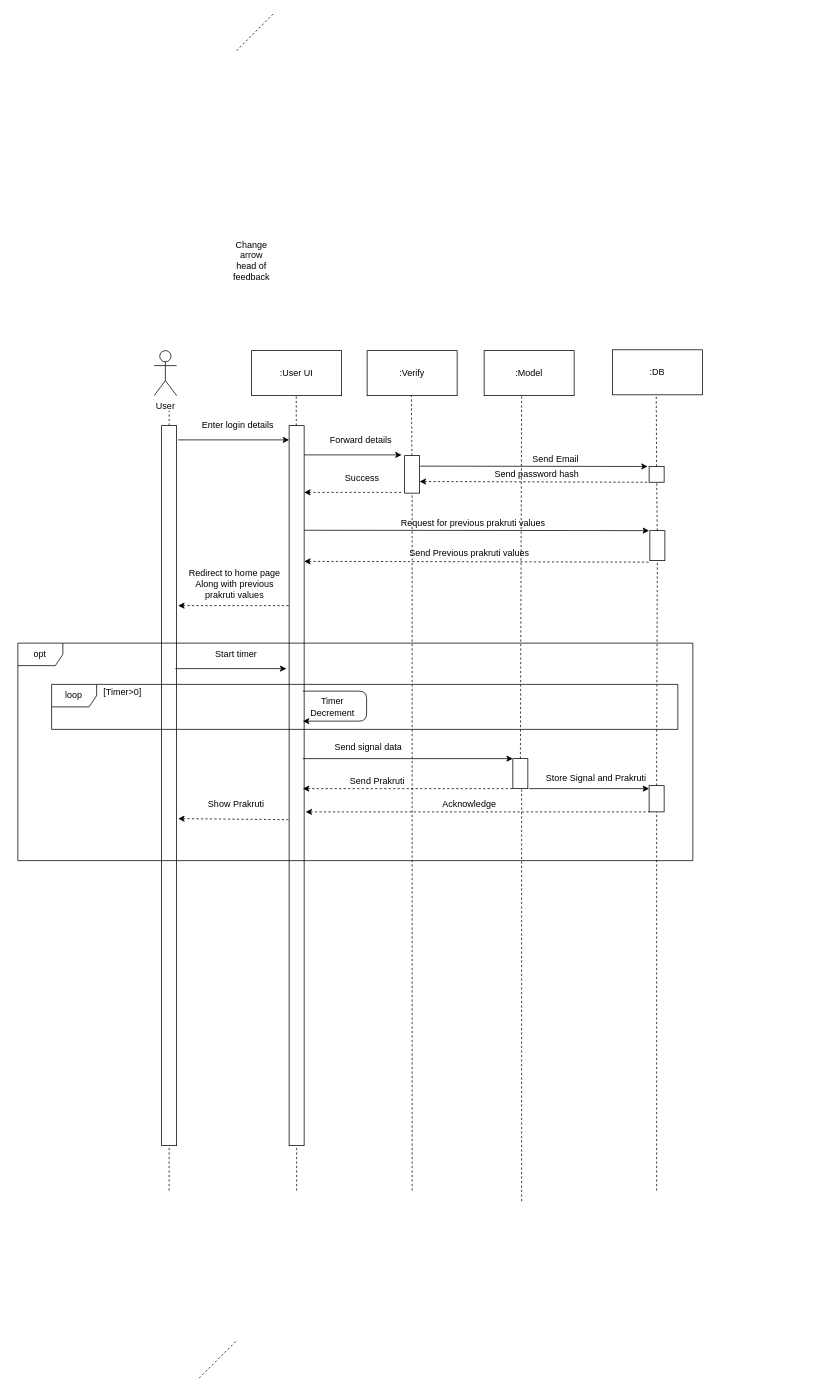
Earlier version of the draw.io diagram page "Sequence" (5 of 8) of nadi.drawio (MohitBurkule/nadi). Source tidied: cells renumbered, new cells numbered last; positions are measured from the earlier drawing's top-left corner, leaving out a move shared by most shapes. Both pictures are drawn from the tidied source at 75%, with x=0, y=0 at pixel (17, 13).
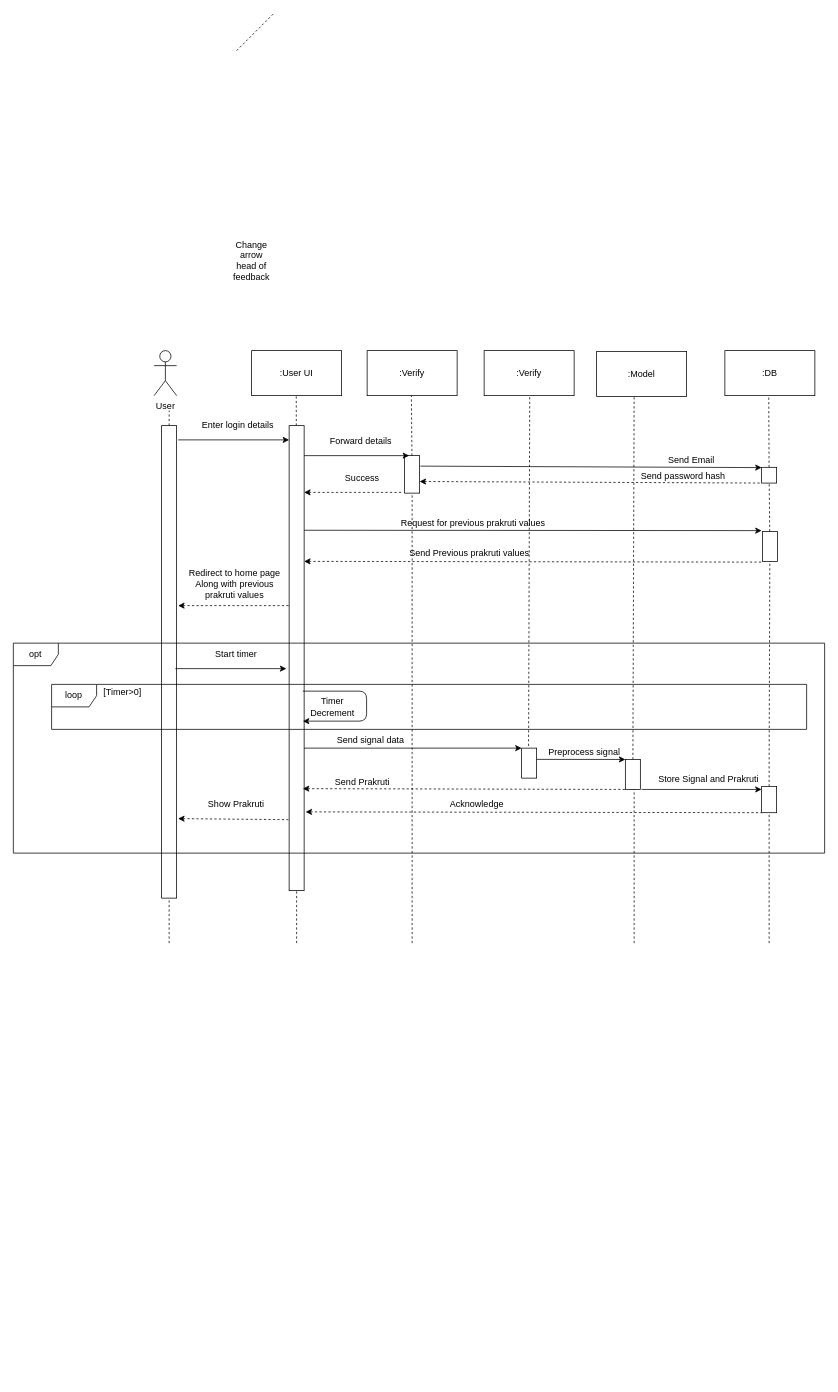
The same page after the edit.

The change refers to these unchanged cells:
```xml
<mxCell id="15" style="rounded=0;whiteSpace=wrap;html=1;fontSize=12;" parent="1" vertex="1">
  <mxGeometry x="516" y="590" width="20" height="50" as="geometry" />
</mxCell>
```

Change to the diagram source:
```diff
@@
     <mxCell id="5" value="&lt;font style=&quot;font-size: 12px&quot;&gt;:Model&lt;/font&gt;" style="rounded=0;whiteSpace=wrap;html=1;fontSize=5;" parent="1" vertex="1">
-      <mxGeometry x="622" y="450" width="120" height="60" as="geometry" />
+      <mxGeometry x="772" y="451.1" width="120" height="60" as="geometry" />
     </mxCell>
     <mxCell id="6" value=":DB" style="rounded=0;whiteSpace=wrap;html=1;fontSize=12;" parent="1" vertex="1">
-      <mxGeometry x="793" y="448.9" width="120" height="60" as="geometry" />
+      <mxGeometry x="943" y="450" width="120" height="60" as="geometry" />
     </mxCell>
     <mxCell id="7" style="endArrow=none;dashed=1;html=1;strokeColor=#000000;fillColor=#ffffff;fontSize=12;" parent="1" edge="1">
       <mxGeometry relative="1" as="geometry">
-        <mxPoint x="202" y="1570" as="sourcePoint" />
+        <mxPoint x="202" y="1240" as="sourcePoint" />
         <mxPoint x="202" y="530" as="targetPoint" />
       </mxGeometry>
     </mxCell>
@@
     <mxCell id="10" style="endArrow=none;dashed=1;html=1;strokeColor=#000000;fillColor=#ffffff;fontSize=12;" parent="1" edge="1" source="31">
       <mxGeometry relative="1" as="geometry">
-        <mxPoint x="672" y="510" as="targetPoint" />
+        <mxPoint x="822" y="511.1" as="targetPoint" />
       </mxGeometry>
     </mxCell>
     <mxCell id="11" style="endArrow=none;dashed=1;html=1;strokeColor=#000000;fillColor=#ffffff;fontSize=12;" parent="1" edge="1" source="43">
       <mxGeometry relative="1" as="geometry">
-        <mxPoint x="851.5" y="508.9" as="targetPoint" />
+        <mxPoint x="1001.5" y="510" as="targetPoint" />
       </mxGeometry>
     </mxCell>
     <mxCell id="12" style="rounded=0;whiteSpace=wrap;html=1;fontSize=12;" parent="1" vertex="1">
-      <mxGeometry x="192" y="550" width="20" height="960" as="geometry" />
+      <mxGeometry x="192" y="550" width="20" height="630" as="geometry" />
     </mxCell>
     <mxCell id="13" style="rounded=0;whiteSpace=wrap;html=1;fontSize=12;" parent="1" vertex="1">
-      <mxGeometry x="362" y="550" width="20" height="960" as="geometry" />
+      <mxGeometry x="362" y="550" width="20" height="620" as="geometry" />
     </mxCell>
     <mxCell id="14" style="endArrow=none;dashed=1;html=1;strokeColor=#000000;fillColor=#ffffff;fontSize=12;" parent="1" edge="1" target="13">
       <mxGeometry relative="1" as="geometry">
-        <mxPoint x="372" y="1570" as="sourcePoint" />
+        <mxPoint x="372" y="1240" as="sourcePoint" />
       </mxGeometry>
     </mxCell>
@@
     <mxCell id="16" style="endArrow=none;dashed=1;html=1;strokeColor=#000000;fillColor=#ffffff;fontSize=12;" parent="1" edge="1" target="15">
       <mxGeometry relative="1" as="geometry">
-        <mxPoint x="526" y="1570" as="sourcePoint" />
+        <mxPoint x="526" y="1240" as="sourcePoint" />
       </mxGeometry>
     </mxCell>
@@
     <mxCell id="20" style="group;" parent="1" vertex="1">
-      <mxGeometry x="382" y="560" width="136.6" height="29" as="geometry" />
+      <mxGeometry x="382" y="561" width="136.6" height="29" as="geometry" />
     </mxCell>
-    <mxCell id="21" style="endArrow=classic;html=1;strokeColor=#000000;fillColor=#ffffff;fontSize=12;" parent="20" edge="1">
+    <mxCell id="21" style="endArrow=classic;html=1;strokeColor=#000000;fillColor=#ffffff;fontSize=12;entryX=0.3;entryY=0;entryDx=0;entryDy=0;entryPerimeter=0;" parent="20" edge="1" target="15">
       <mxGeometry relative="1" as="geometry">
         <mxPoint y="29" as="sourcePoint" />
-        <mxPoint x="130" y="29" as="targetPoint" />
       </mxGeometry>
     </mxCell>
@@
     <mxCell id="31" style="rounded=0;whiteSpace=wrap;html=1;fontSize=12;" parent="1" vertex="1">
-      <mxGeometry x="660.3" y="994" width="20" height="40" as="geometry" />
+      <mxGeometry x="810.3" y="995.1" width="20" height="40" as="geometry" />
     </mxCell>
     <mxCell id="32" style="endArrow=none;dashed=1;html=1;strokeColor=#000000;fillColor=#ffffff;fontSize=12;" parent="1" edge="1" source="59">
       <mxGeometry relative="1" as="geometry">
-        <mxPoint x="852" y="1000" as="targetPoint" />
+        <mxPoint x="1002" y="1001.1" as="targetPoint" />
       </mxGeometry>
     </mxCell>
@@
-    <mxCell id="34" style="endArrow=none;dashed=1;html=1;" parent="1" edge="1">
-      <mxGeometry relative="1" as="geometry">
-        <mxPoint x="242" y="1820" as="sourcePoint" />
-        <mxPoint x="292" y="1770" as="targetPoint" />
-      </mxGeometry>
-    </mxCell>
-    <mxCell id="35" style="endArrow=classic;html=1;strokeColor=#000000;fillColor=#ffffff;fontSize=12;entryX=-0.096;entryY=-0.001;entryDx=0;entryDy=0;entryPerimeter=0;" parent="1" edge="1" target="43">
+    <mxCell id="35" style="endArrow=classic;html=1;strokeColor=#000000;fillColor=#ffffff;fontSize=12;entryX=0;entryY=0.018;entryDx=0;entryDy=0;entryPerimeter=0;" parent="1" edge="1" target="43">
       <mxGeometry x="1055" y="285" as="geometry">
         <mxPoint x="537" y="604" as="sourcePoint" />
       </mxGeometry>
     </mxCell>
     <mxCell id="36" value="Send Email" style="text;html=1;align=center;verticalAlign=middle;fontSize=12;" parent="1" vertex="1" collapsed="1">
-      <mxGeometry x="672" y="584.5" width="90" height="20" as="geometry" />
+      <mxGeometry x="853" y="585.6" width="90" height="20" as="geometry" />
     </mxCell>
@@
     <mxCell id="38" style="endArrow=none;dashed=1;html=1;strokeColor=#000000;fillColor=#ffffff;fontSize=12;" parent="1" edge="1">
       <mxGeometry relative="1" as="geometry">
-        <mxPoint x="672" y="1584" as="sourcePoint" />
-        <mxPoint x="672" y="1034" as="targetPoint" />
+        <mxPoint x="822" y="1240" as="sourcePoint" />
+        <mxPoint x="822" y="1035.1" as="targetPoint" />
       </mxGeometry>
     </mxCell>
@@
     <mxCell id="43" style="rounded=0;whiteSpace=wrap;html=1;fontSize=12;" parent="1" vertex="1">
-      <mxGeometry x="842" y="604.5" width="20" height="21" as="geometry" />
+      <mxGeometry x="992" y="605.6" width="20" height="21" as="geometry" />
     </mxCell>
@@
     <mxCell id="45" value="Send password hash" style="text;html=1;align=center;verticalAlign=middle;fontSize=12;" parent="1" vertex="1">
-      <mxGeometry x="627" y="604.5" width="130" height="20" as="geometry" />
+      <mxGeometry x="822" y="606.6" width="130" height="20" as="geometry" />
     </mxCell>
@@
     <mxCell id="47" style="endArrow=classic;html=1;strokeColor=#000000;fillColor=#ffffff;fontSize=12;" parent="1" edge="1">
       <mxGeometry x="900" y="370.5" as="geometry">
         <mxPoint x="382" y="689.5" as="sourcePoint" />
-        <mxPoint x="842" y="690" as="targetPoint" />
+        <mxPoint x="992" y="690" as="targetPoint" />
       </mxGeometry>
     </mxCell>
@@
     <mxCell id="49" style="rounded=0;whiteSpace=wrap;html=1;fontSize=12;" parent="1" vertex="1">
-      <mxGeometry x="843" y="690" width="20" height="40" as="geometry" />
+      <mxGeometry x="993" y="691.1" width="20" height="40" as="geometry" />
     </mxCell>
     <mxCell id="50" style="endArrow=none;dashed=1;html=1;strokeColor=#000000;fillColor=#ffffff;fontSize=12;" parent="1" edge="1" target="49">
       <mxGeometry relative="1" as="geometry">
-        <mxPoint x="852" y="1000" as="sourcePoint" />
+        <mxPoint x="1002" y="1001.1" as="sourcePoint" />
       </mxGeometry>
     </mxCell>
     <mxCell id="51" style="endArrow=none;html=1;strokeColor=#000000;fillColor=#ffffff;fontSize=12;startArrow=classic;startFill=1;endFill=0;dashed=1;jumpSize=4;" parent="1" edge="1">
       <mxGeometry x="897" y="412" as="geometry">
         <mxPoint x="382" y="731" as="sourcePoint" />
-        <mxPoint x="842" y="732" as="targetPoint" />
+        <mxPoint x="992" y="732" as="targetPoint" />
       </mxGeometry>
     </mxCell>
@@
-    <mxCell id="55" style="endArrow=none;html=1;strokeColor=#000000;fillColor=#ffffff;fontSize=12;startArrow=classic;startFill=1;endFill=0;dashed=1;jumpSize=4;" parent="1" edge="1">
-      <mxGeometry x="268.3" y="715" as="geometry">
-        <mxPoint x="380.3" y="1034" as="sourcePoint" />
-        <mxPoint x="660.3" y="1034" as="targetPoint" />
-      </mxGeometry>
-    </mxCell>
     <mxCell id="56" value="Send Prakruti&amp;nbsp;" style="text;html=1;align=center;verticalAlign=middle;fontSize=12;" parent="1" vertex="1" collapsed="1">
-      <mxGeometry x="426" y="1014" width="110" height="20" as="geometry" />
+      <mxGeometry x="406" y="1015.1" width="110" height="20" as="geometry" />
     </mxCell>
-    <mxCell id="57" style="endArrow=classic;html=1;strokeColor=#000000;fillColor=#ffffff;fontSize=12;" parent="1" edge="1">
-      <mxGeometry x="268.3" y="675" as="geometry">
-        <mxPoint x="380.3" y="994" as="sourcePoint" />
-        <mxPoint x="660.3" y="994" as="targetPoint" />
+    <mxCell id="57" style="endArrow=classic;html=1;strokeColor=#000000;fillColor=#ffffff;fontSize=12;entryX=0;entryY=0;entryDx=0;entryDy=0;" parent="1" edge="1" target="69">
+      <mxGeometry x="270" y="661" as="geometry">
+        <mxPoint x="382" y="980" as="sourcePoint" />
       </mxGeometry>
     </mxCell>
     <mxCell id="58" value="Send signal data&amp;nbsp;" style="text;html=1;align=center;verticalAlign=middle;fontSize=12;" parent="1" vertex="1" collapsed="1">
-      <mxGeometry x="403.6" y="969" width="130" height="20" as="geometry" />
+      <mxGeometry x="407" y="960" width="130" height="20" as="geometry" />
     </mxCell>
     <mxCell id="59" style="rounded=0;whiteSpace=wrap;html=1;fontSize=12;" parent="1" vertex="1">
-      <mxGeometry x="842" y="1030" width="20" height="35" as="geometry" />
+      <mxGeometry x="992" y="1031.1" width="20" height="35" as="geometry" />
     </mxCell>
     <mxCell id="60" style="endArrow=none;dashed=1;html=1;strokeColor=#000000;fillColor=#ffffff;fontSize=12;" parent="1" edge="1" target="59">
       <mxGeometry relative="1" as="geometry">
-        <mxPoint x="852" y="1570" as="sourcePoint" />
+        <mxPoint x="1002" y="1240" as="sourcePoint" />
       </mxGeometry>
     </mxCell>
     <mxCell id="61" style="endArrow=classic;html=1;strokeColor=#000000;fillColor=#ffffff;fontSize=12;" parent="1" edge="1">
-      <mxGeometry x="508.3" y="715" as="geometry">
-        <mxPoint x="682" y="1034" as="sourcePoint" />
-        <mxPoint x="842" y="1034" as="targetPoint" />
+      <mxGeometry x="658.3" y="716.1" as="geometry">
+        <mxPoint x="832" y="1035.1" as="sourcePoint" />
+        <mxPoint x="992" y="1035.1" as="targetPoint" />
       </mxGeometry>
     </mxCell>
-    <mxCell id="62" style="endArrow=none;html=1;strokeColor=#000000;fillColor=#ffffff;fontSize=12;startArrow=classic;startFill=1;endFill=0;dashed=1;jumpSize=4;" parent="1" edge="1">
+    <mxCell id="62" style="endArrow=none;html=1;strokeColor=#000000;fillColor=#ffffff;fontSize=12;startArrow=classic;startFill=1;endFill=0;dashed=1;jumpSize=4;entryX=0;entryY=1;entryDx=0;entryDy=0;" parent="1" edge="1" target="59">
       <mxGeometry x="568.3" y="746.2" as="geometry">
         <mxPoint x="384" y="1065" as="sourcePoint" />
-        <mxPoint x="842" y="1065" as="targetPoint" />
       </mxGeometry>
     </mxCell>
     <mxCell id="63" value="Acknowledge" style="text;html=1;align=center;verticalAlign=middle;fontSize=12;" parent="1" vertex="1" collapsed="1">
-      <mxGeometry x="552" y="1045" width="100" height="20" as="geometry" />
+      <mxGeometry x="562" y="1045" width="100" height="20" as="geometry" />
     </mxCell>
     <mxCell id="64" value="Store Signal and Prakruti" style="text;html=1;align=center;verticalAlign=middle;fontSize=12;" parent="1" vertex="1" collapsed="1">
-      <mxGeometry x="686" y="1010" width="170" height="20" as="geometry" />
+      <mxGeometry x="836" y="1011.1" width="170" height="20" as="geometry" />
     </mxCell>
     <mxCell id="65" value="loop" style="shape=umlFrame;whiteSpace=wrap;html=1;" parent="1" vertex="1">
-      <mxGeometry x="45.3" y="895" width="835" height="60" as="geometry" />
+      <mxGeometry x="45.3" y="895" width="1006.7" height="60" as="geometry" />
     </mxCell>
     <mxCell id="66" value="opt" style="shape=umlFrame;whiteSpace=wrap;html=1;" parent="1" vertex="1">
-      <mxGeometry x="0.3" y="840" width="900" height="290" as="geometry" />
+      <mxGeometry x="-5.7" y="840" width="1081.7" height="280" as="geometry" />
     </mxCell>
+    <mxCell id="67" value="&lt;font style=&quot;font-size: 12px&quot;&gt;:Verify&lt;/font&gt;" style="rounded=0;whiteSpace=wrap;html=1;fontSize=5;" parent="1" vertex="1">
+      <mxGeometry x="622" y="450" width="120" height="60" as="geometry" />
+    </mxCell>
+    <mxCell id="68" style="endArrow=none;dashed=1;html=1;strokeColor=#000000;fillColor=#ffffff;fontSize=12;" parent="1" edge="1">
+      <mxGeometry relative="1" as="geometry">
+        <mxPoint x="681.2" y="995.1" as="sourcePoint" />
+        <mxPoint x="682.8" y="511.1" as="targetPoint" />
+      </mxGeometry>
+    </mxCell>
+    <mxCell id="69" style="rounded=0;whiteSpace=wrap;html=1;fontSize=12;" parent="1" vertex="1">
+      <mxGeometry x="672" y="980" width="20" height="40" as="geometry" />
+    </mxCell>
+    <mxCell id="70" style="endArrow=classic;html=1;strokeColor=#000000;fillColor=#ffffff;fontSize=12;entryX=0;entryY=0;entryDx=0;entryDy=0;" parent="1" edge="1" target="31">
+      <mxGeometry x="360" y="676.1" as="geometry">
+        <mxPoint x="692" y="995" as="sourcePoint" />
+      </mxGeometry>
+    </mxCell>
+    <mxCell id="71" value="Preprocess signal&amp;nbsp;" style="text;html=1;align=center;verticalAlign=middle;fontSize=12;" parent="1" vertex="1" collapsed="1">
+      <mxGeometry x="692" y="975.1" width="130" height="20" as="geometry" />
+    </mxCell>
+    <mxCell id="55" style="endArrow=none;html=1;strokeColor=#000000;fillColor=#ffffff;fontSize=12;startArrow=classic;startFill=1;endFill=0;dashed=1;jumpSize=4;entryX=0;entryY=1;entryDx=0;entryDy=0;jumpStyle=none;" parent="1" edge="1" target="31">
+      <mxGeometry x="268.3" y="715" as="geometry">
+        <mxPoint x="380.3" y="1034" as="sourcePoint" />
+      </mxGeometry>
+    </mxCell>
```
